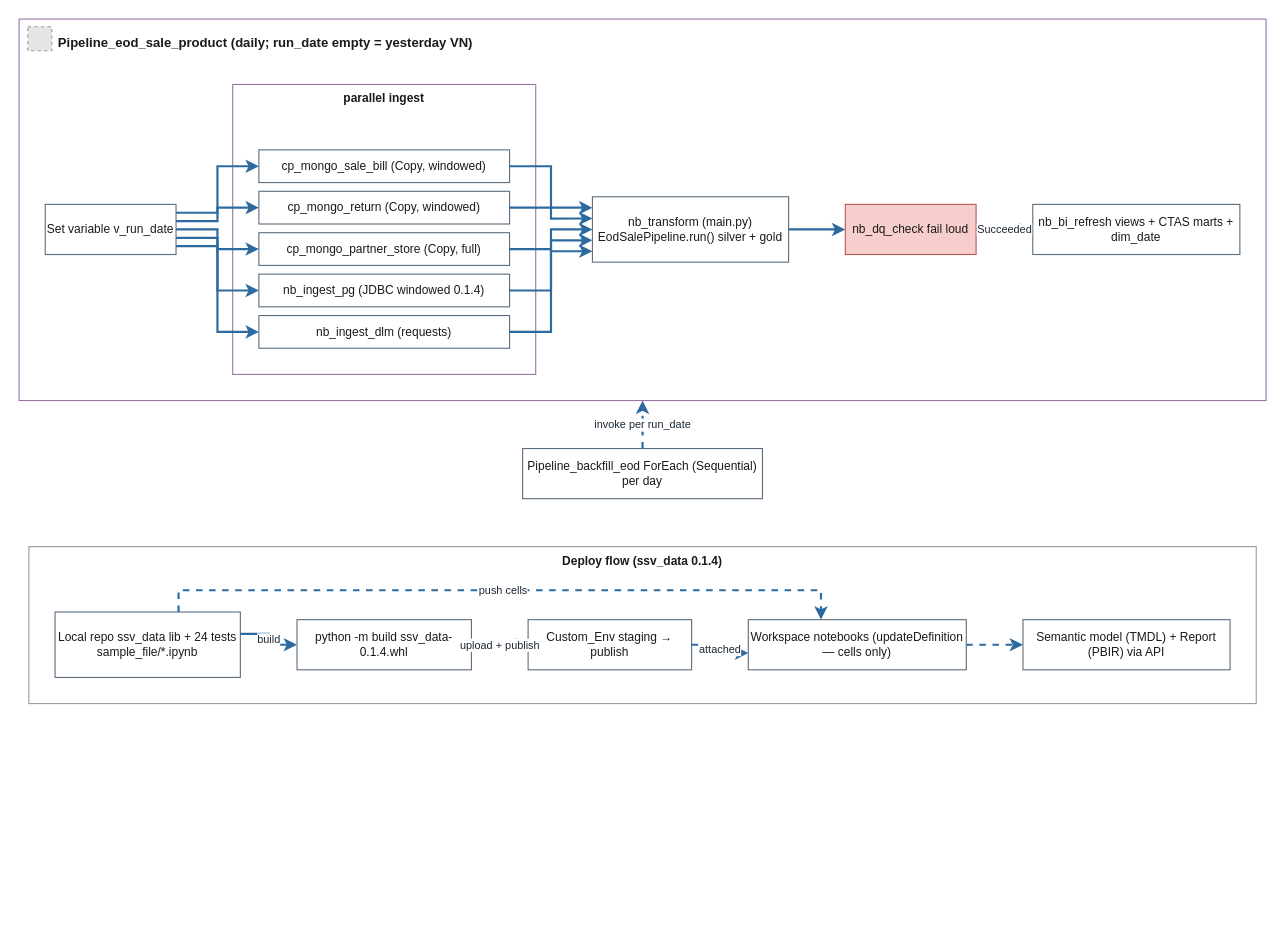
Above: page "Orchestration + Deploy" (4 of 4) of docs/architecture/eod-sales-flow.drawio in KaitoKid-123/ssv-data-platform (draw.io), before the change. Source tidied: cells renumbered, new cells numbered last; positions are measured from the earlier drawing's top-left corner, leaving out a move shared by most shapes. Both pictures are drawn from the tidied source at 109%, with x=0, y=0 at pixel (19, 19). Pictures stored in the file or linked from it are replaced by grey dashed boxes.
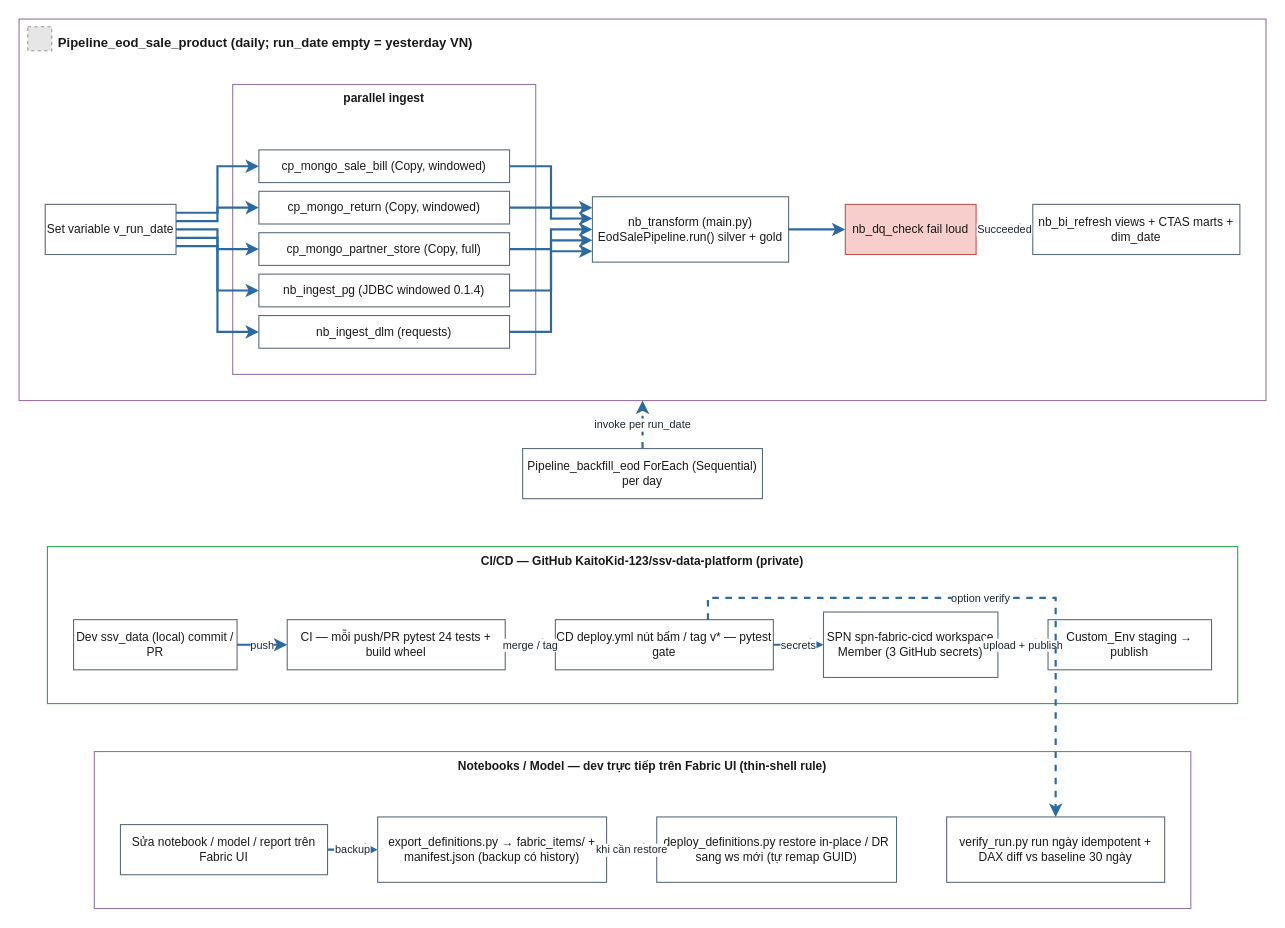
After the change.

Commit message (it also covers changes not shown here):
docs: update architecture diagrams with CI/CD + notebook lifecycle lanes

Orchestration page now shows: GitHub CI/CD lane (push -> CI -> CD -> SPN -> Custom_Env,
optional verify gate) and the notebook/model lane (Fabric UI -> export backup ->
deploy_definitions restore/DR). User-edited Fabric Platform Map page preserved verbatim.

Diff of the diagram source:
```diff
@@
-    <mxCell id="15" value="Deploy flow (ssv_data 0.1.4)" style="rounded=0;whiteSpace=wrap;html=1;fillColor=#FFFFFF;strokeColor=#999999;fontColor=#1A1A1A;fontSize=11;fontStyle=1;verticalAlign=top;" parent="1" vertex="1">
-      <mxGeometry x="9" y="484" width="1126" height="144" as="geometry" />
-    </mxCell>
+    <mxCell id="39" value="CI/CD — GitHub KaitoKid-123/ssv-data-platform (private)" style="rounded=0;whiteSpace=wrap;html=1;fillColor=#FFFFFF;strokeColor=#2da44e;fontColor=#1A1A1A;fontSize=11;fontStyle=1;verticalAlign=top;" parent="1" vertex="1">
+      <mxGeometry x="26" y="484" width="1092" height="144" as="geometry" />
+    </mxCell>
-    <mxCell id="16" value="Local repo ssv_data lib + 24 tests sample_file/*.ipynb" style="rounded=0;whiteSpace=wrap;html=1;fillColor=#FFFFFF;strokeColor=#5A6B7B;fontColor=#1A1A1A;fontSize=11;fontStyle=0;verticalAlign=middle;" parent="15" vertex="1">
-      <mxGeometry x="24" y="60" width="170" height="60" as="geometry" />
+    <mxCell id="16" value="Dev ssv_data (local) commit / PR" style="rounded=0;whiteSpace=wrap;html=1;fillColor=#FFFFFF;strokeColor=#5A6B7B;fontColor=#1A1A1A;fontSize=11;fontStyle=0;verticalAlign=middle;" parent="39" vertex="1">
+      <mxGeometry x="24" y="67" width="150" height="46" as="geometry" />
     </mxCell>
-    <mxCell id="17" value="python -m build ssv_data-0.1.4.whl" style="rounded=0;whiteSpace=wrap;html=1;fillColor=#FFFFFF;strokeColor=#5A6B7B;fontColor=#1A1A1A;fontSize=11;fontStyle=0;verticalAlign=middle;" parent="15" vertex="1">
-      <mxGeometry x="246" y="67" width="160" height="46" as="geometry" />
-    </mxCell>
+    <mxCell id="40" value="CI — mỗi push/PR pytest 24 tests + build wheel" style="rounded=0;whiteSpace=wrap;html=1;fillColor=#FFFFFF;strokeColor=#5A6B7B;fontColor=#1A1A1A;fontSize=11;fontStyle=0;verticalAlign=middle;" parent="39" vertex="1">
+      <mxGeometry x="220" y="67" width="200" height="46" as="geometry" />
+    </mxCell>
+    <mxCell id="41" value="CD deploy.yml nút bấm / tag v* — pytest gate" style="rounded=0;whiteSpace=wrap;html=1;fillColor=#FFFFFF;strokeColor=#5A6B7B;fontColor=#1A1A1A;fontSize=11;fontStyle=0;verticalAlign=middle;" parent="39" vertex="1">
+      <mxGeometry x="466" y="67" width="200" height="46" as="geometry" />
+    </mxCell>
+    <mxCell id="42" value="SPN spn-fabric-cicd workspace Member (3 GitHub secrets)" style="rounded=0;whiteSpace=wrap;html=1;fillColor=#FFFFFF;strokeColor=#5A6B7B;fontColor=#1A1A1A;fontSize=11;fontStyle=0;verticalAlign=middle;" parent="39" vertex="1">
+      <mxGeometry x="712" y="60" width="160" height="60" as="geometry" />
+    </mxCell>
-    <mxCell id="18" value="Custom_Env staging → publish" style="rounded=0;whiteSpace=wrap;html=1;fillColor=#FFFFFF;strokeColor=#5A6B7B;fontColor=#1A1A1A;fontSize=11;fontStyle=0;verticalAlign=middle;" parent="15" vertex="1">
-      <mxGeometry x="458" y="67" width="150" height="46" as="geometry" />
+    <mxCell id="18" value="Custom_Env staging → publish" style="rounded=0;whiteSpace=wrap;html=1;fillColor=#FFFFFF;strokeColor=#5A6B7B;fontColor=#1A1A1A;fontSize=11;fontStyle=0;verticalAlign=middle;" parent="39" vertex="1">
+      <mxGeometry x="918" y="67" width="150" height="46" as="geometry" />
     </mxCell>
-    <mxCell id="19" value="Workspace notebooks (updateDefinition — cells only)" style="rounded=0;whiteSpace=wrap;html=1;fillColor=#FFFFFF;strokeColor=#5A6B7B;fontColor=#1A1A1A;fontSize=11;fontStyle=0;verticalAlign=middle;" parent="15" vertex="1">
-      <mxGeometry x="660" y="67" width="200" height="46" as="geometry" />
-    </mxCell>
-    <mxCell id="20" value="Semantic model (TMDL) + Report (PBIR) via API" style="rounded=0;whiteSpace=wrap;html=1;fillColor=#FFFFFF;strokeColor=#5A6B7B;fontColor=#1A1A1A;fontSize=11;fontStyle=0;verticalAlign=middle;" parent="15" vertex="1">
-      <mxGeometry x="912" y="67" width="190" height="46" as="geometry" />
-    </mxCell>
+    <mxCell id="43" value="Notebooks / Model — dev trực tiếp trên Fabric UI (thin-shell rule)" style="rounded=0;whiteSpace=wrap;html=1;fillColor=#FFFFFF;strokeColor=#9673a6;fontColor=#1A1A1A;fontSize=11;fontStyle=1;verticalAlign=top;" parent="1" vertex="1">
+      <mxGeometry x="69" y="672" width="1006" height="144" as="geometry" />
+    </mxCell>
+    <mxCell id="44" value="Sửa notebook / model / report trên Fabric UI" style="rounded=0;whiteSpace=wrap;html=1;fillColor=#FFFFFF;strokeColor=#5A6B7B;fontColor=#1A1A1A;fontSize=11;fontStyle=0;verticalAlign=middle;" parent="43" vertex="1">
+      <mxGeometry x="24" y="67" width="190" height="46" as="geometry" />
+    </mxCell>
+    <mxCell id="45" value="export_definitions.py → fabric_items/ + manifest.json (backup có history)" style="rounded=0;whiteSpace=wrap;html=1;fillColor=#FFFFFF;strokeColor=#5A6B7B;fontColor=#1A1A1A;fontSize=11;fontStyle=0;verticalAlign=middle;" parent="43" vertex="1">
+      <mxGeometry x="260" y="60" width="210" height="60" as="geometry" />
+    </mxCell>
+    <mxCell id="46" value="deploy_definitions.py restore in-place / DR sang ws mới (tự remap GUID)" style="rounded=0;whiteSpace=wrap;html=1;fillColor=#FFFFFF;strokeColor=#5A6B7B;fontColor=#1A1A1A;fontSize=11;fontStyle=0;verticalAlign=middle;" parent="43" vertex="1">
+      <mxGeometry x="516" y="60" width="220" height="60" as="geometry" />
+    </mxCell>
+    <mxCell id="47" value="verify_run.py run ngày idempotent + DAX diff vs baseline 30 ngày" style="rounded=0;whiteSpace=wrap;html=1;fillColor=#FFFFFF;strokeColor=#5A6B7B;fontColor=#1A1A1A;fontSize=11;fontStyle=0;verticalAlign=middle;" parent="43" vertex="1">
+      <mxGeometry x="782" y="60" width="200" height="60" as="geometry" />
+    </mxCell>
@@
-    <mxCell id="34" value="build" style="edgeStyle=orthogonalEdgeStyle;html=1;rounded=0;jettySize=auto;fontSize=10;fontColor=light-dark(#1B2733,#CFE0F0);strokeColor=light-dark(#2D6A9F,#5B9BD5);strokeWidth=2;labelBackgroundColor=light-dark(#FFFFFF,#0B0F14);exitX=1;exitY=0.333;exitDx=0;exitDy=0;entryX=0;entryY=0.5;entryDx=0;entryDy=0;" parent="1" edge="1" source="16" target="17">
+    <mxCell id="34" value="push" style="edgeStyle=orthogonalEdgeStyle;html=1;rounded=0;jettySize=auto;fontSize=10;fontColor=light-dark(#1B2733,#CFE0F0);strokeColor=light-dark(#2D6A9F,#5B9BD5);strokeWidth=2;labelBackgroundColor=light-dark(#FFFFFF,#0B0F14);exitX=1;exitY=0.5;exitDx=0;exitDy=0;entryX=0;entryY=0.5;entryDx=0;entryDy=0;" parent="1" edge="1" source="16" target="40">
       <mxGeometry relative="1" as="geometry" />
     </mxCell>
-    <mxCell id="35" value="upload + publish" style="edgeStyle=orthogonalEdgeStyle;html=1;rounded=0;jettySize=auto;fontSize=10;fontColor=light-dark(#1B2733,#CFE0F0);strokeColor=light-dark(#2D6A9F,#5B9BD5);strokeWidth=2;labelBackgroundColor=light-dark(#FFFFFF,#0B0F14);exitX=1;exitY=0.5;exitDx=0;exitDy=0;entryX=0;entryY=0.5;entryDx=0;entryDy=0;" parent="1" edge="1" source="17" target="18">
+    <mxCell id="35" value="merge / tag" style="edgeStyle=orthogonalEdgeStyle;html=1;rounded=0;jettySize=auto;fontSize=10;fontColor=light-dark(#1B2733,#CFE0F0);strokeColor=light-dark(#2D6A9F,#5B9BD5);strokeWidth=2;labelBackgroundColor=light-dark(#FFFFFF,#0B0F14);exitX=1;exitY=0.5;exitDx=0;exitDy=0;entryX=0;entryY=0.5;entryDx=0;entryDy=0;" parent="1" edge="1" source="40" target="41">
       <mxGeometry relative="1" as="geometry" />
     </mxCell>
-    <mxCell id="36" value="push cells" style="edgeStyle=orthogonalEdgeStyle;html=1;rounded=0;jettySize=auto;fontSize=10;fontColor=light-dark(#1B2733,#CFE0F0);strokeColor=light-dark(#2D6A9F,#5B9BD5);strokeWidth=2;dashed=1;labelBackgroundColor=light-dark(#FFFFFF,#0B0F14);exitX=0.6666666666666666;exitY=0;exitDx=0;exitDy=0;entryX=0.3333333333333333;entryY=0;entryDx=0;entryDy=0;" parent="1" edge="1" source="16" target="19">
+    <mxCell id="36" value="secrets" style="edgeStyle=orthogonalEdgeStyle;html=1;rounded=0;jettySize=auto;fontSize=10;fontColor=light-dark(#1B2733,#CFE0F0);strokeColor=light-dark(#2D6A9F,#5B9BD5);strokeWidth=2;labelBackgroundColor=light-dark(#FFFFFF,#0B0F14);exitX=1;exitY=0.5;exitDx=0;exitDy=0;entryX=0;entryY=0.5;entryDx=0;entryDy=0;" parent="1" edge="1" source="41" target="42">
       <mxGeometry relative="1" as="geometry" />
     </mxCell>
-    <mxCell id="37" value="attached" style="edgeStyle=orthogonalEdgeStyle;html=1;rounded=0;jettySize=auto;fontSize=10;fontColor=light-dark(#1B2733,#CFE0F0);strokeColor=light-dark(#2D6A9F,#5B9BD5);strokeWidth=2;dashed=1;labelBackgroundColor=light-dark(#FFFFFF,#0B0F14);exitX=1;exitY=0.5;exitDx=0;exitDy=0;entryX=0;entryY=0.667;entryDx=0;entryDy=0;" parent="1" edge="1" source="18" target="19">
+    <mxCell id="37" value="upload + publish" style="edgeStyle=orthogonalEdgeStyle;html=1;rounded=0;jettySize=auto;fontSize=10;fontColor=light-dark(#1B2733,#CFE0F0);strokeColor=light-dark(#2D6A9F,#5B9BD5);strokeWidth=2;labelBackgroundColor=light-dark(#FFFFFF,#0B0F14);exitX=1;exitY=0.5;exitDx=0;exitDy=0;entryX=0;entryY=0.5;entryDx=0;entryDy=0;" parent="1" edge="1" source="42" target="18">
       <mxGeometry relative="1" as="geometry" />
     </mxCell>
-    <mxCell id="38" style="edgeStyle=orthogonalEdgeStyle;html=1;rounded=0;jettySize=auto;fontSize=10;fontColor=light-dark(#1B2733,#CFE0F0);strokeColor=light-dark(#2D6A9F,#5B9BD5);strokeWidth=2;dashed=1;exitX=1;exitY=0.5;exitDx=0;exitDy=0;entryX=0;entryY=0.5;entryDx=0;entryDy=0;" parent="1" edge="1" source="19" target="20">
+    <mxCell id="38" value="option verify" style="edgeStyle=orthogonalEdgeStyle;html=1;rounded=0;jettySize=auto;fontSize=10;fontColor=light-dark(#1B2733,#CFE0F0);strokeColor=light-dark(#2D6A9F,#5B9BD5);strokeWidth=2;dashed=1;labelBackgroundColor=light-dark(#FFFFFF,#0B0F14);exitX=0.7;exitY=0;exitDx=0;exitDy=0;entryX=0.5;entryY=0;entryDx=0;entryDy=0;" parent="1" edge="1" source="41" target="47">
       <mxGeometry relative="1" as="geometry" />
     </mxCell>
+    <mxCell id="48" value="backup" style="edgeStyle=orthogonalEdgeStyle;html=1;rounded=0;jettySize=auto;fontSize=10;fontColor=light-dark(#1B2733,#CFE0F0);strokeColor=light-dark(#2D6A9F,#5B9BD5);strokeWidth=2;dashed=1;labelBackgroundColor=light-dark(#FFFFFF,#0B0F14);exitX=1;exitY=0.5;exitDx=0;exitDy=0;entryX=0;entryY=0.5;entryDx=0;entryDy=0;" parent="1" edge="1" source="44" target="45">
+      <mxGeometry relative="1" as="geometry" />
+    </mxCell>
+    <mxCell id="49" value="khi cần restore" style="edgeStyle=orthogonalEdgeStyle;html=1;rounded=0;jettySize=auto;fontSize=10;fontColor=light-dark(#1B2733,#CFE0F0);strokeColor=light-dark(#2D6A9F,#5B9BD5);strokeWidth=2;dashed=1;labelBackgroundColor=light-dark(#FFFFFF,#0B0F14);exitX=1;exitY=0.5;exitDx=0;exitDy=0;entryX=0;entryY=0.5;entryDx=0;entryDy=0;" parent="1" edge="1" source="45" target="46">
+      <mxGeometry relative="1" as="geometry" />
+    </mxCell>
```
